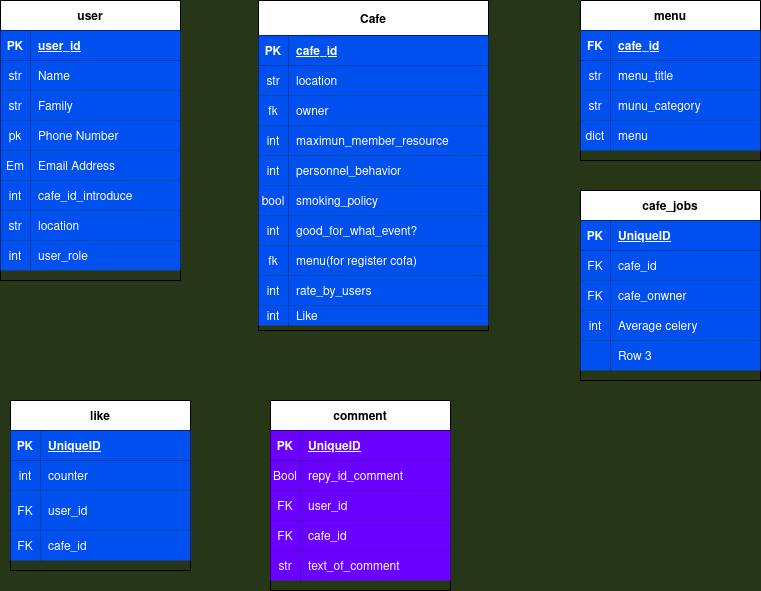
Majid-Aghamohammad/buno keeps this draw.io diagram as Buno Diagram.drawio.png. Above is the earlier version. Source tidied: cells renumbered, new cells last; positions are measured from the earlier drawing's top-left corner, leaving out a move shared by most shapes.
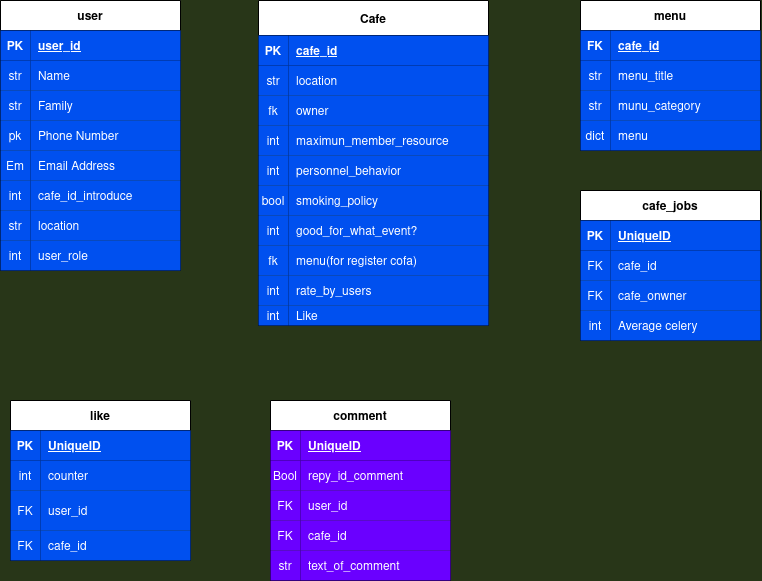
After the change.

Diff of the diagram source:
```diff
@@ -3,7 +3,7 @@
     <mxCell id="0" />
     <mxCell id="1" parent="0" />
     <mxCell id="2" value="user" style="shape=table;startSize=30;rowLines=0;fontStyle=1;align=center;" parent="1" vertex="1">
-      <mxGeometry width="180" height="280" as="geometry" />
+      <mxGeometry width="180" height="270" as="geometry" />
     </mxCell>
     <mxCell id="3" style="shape=tableRow;horizontal=0;startSize=0;swimlaneHead=0;swimlaneBody=0;fillColor=none;top=0;left=0;right=0;bottom=1;" parent="2" vertex="1">
       <mxGeometry y="30" width="180" height="30" as="geometry" />
@@ -78,7 +78,7 @@
       <mxGeometry x="30" width="150" height="30" as="geometry" />
     </mxCell>
     <mxCell id="27" value="Cafe" style="shape=table;startSize=35;rowLines=0;fontStyle=1;align=center;" parent="1" vertex="1">
-      <mxGeometry x="258" width="230" height="330" as="geometry" />
+      <mxGeometry x="258" width="230" height="325" as="geometry" />
     </mxCell>
     <mxCell id="28" style="shape=tableRow;horizontal=0;startSize=0;swimlaneHead=0;swimlaneBody=0;fillColor=none;top=0;left=0;right=0;bottom=1;" parent="27" vertex="1">
       <mxGeometry y="35" width="230" height="30" as="geometry" />
@@ -171,7 +171,7 @@
       <mxGeometry x="30" width="200" height="20" as="geometry" />
     </mxCell>
     <mxCell id="58" value="comment" style="shape=table;startSize=30;rowLines=0;fontStyle=1;align=center;" parent="1" vertex="1">
-      <mxGeometry x="270" y="400" width="180" height="190" as="geometry" />
+      <mxGeometry x="270" y="400" width="180" height="180" as="geometry" />
     </mxCell>
     <mxCell id="59" style="shape=tableRow;horizontal=0;startSize=0;swimlaneHead=0;swimlaneBody=0;fillColor=none;top=0;left=0;right=0;bottom=1;" parent="58" vertex="1">
       <mxGeometry y="30" width="180" height="30" as="geometry" />
@@ -219,7 +219,7 @@
       <mxGeometry x="30" width="150" height="30" as="geometry" />
     </mxCell>
     <mxCell id="74" value="like" style="shape=table;startSize=30;rowLines=0;fontStyle=1;align=center;" parent="1" vertex="1">
-      <mxGeometry x="10" y="400" width="180" height="170" as="geometry" />
+      <mxGeometry x="10" y="400" width="180" height="160" as="geometry" />
     </mxCell>
     <mxCell id="75" style="shape=tableRow;horizontal=0;startSize=0;swimlaneHead=0;swimlaneBody=0;fillColor=none;top=0;left=0;right=0;bottom=1;" parent="74" vertex="1">
       <mxGeometry y="30" width="180" height="30" as="geometry" />
@@ -258,7 +258,7 @@
       <mxGeometry x="30" width="150" height="30" as="geometry" />
     </mxCell>
     <mxCell id="87" value="cafe_jobs" style="shape=table;startSize=30;rowLines=0;fontStyle=1;align=center;" parent="1" vertex="1">
-      <mxGeometry x="580" y="190" width="180" height="190" as="geometry" />
+      <mxGeometry x="580" y="190" width="180" height="150" as="geometry" />
     </mxCell>
     <mxCell id="88" style="shape=tableRow;horizontal=0;startSize=0;swimlaneHead=0;swimlaneBody=0;fillColor=none;top=0;left=0;right=0;bottom=1;" parent="87" vertex="1">
       <mxGeometry y="30" width="180" height="30" as="geometry" />
@@ -296,17 +296,8 @@
     <mxCell id="99" value="Average celery" style="shape=partialRectangle;fillColor=#0050ef;top=0;left=0;bottom=0;right=0;align=left;spacingLeft=6;overflow=hidden;fontColor=#ffffff;strokeColor=#001DBC;" parent="97" vertex="1">
       <mxGeometry x="30" width="150" height="30" as="geometry" />
     </mxCell>
-    <mxCell id="100" style="shape=tableRow;horizontal=0;startSize=0;swimlaneHead=0;swimlaneBody=0;fillColor=none;top=0;left=0;right=0;bottom=0;" parent="87" vertex="1">
-      <mxGeometry y="150" width="180" height="30" as="geometry" />
-    </mxCell>
-    <mxCell id="101" style="shape=partialRectangle;fillColor=#0050ef;top=0;left=0;bottom=0;right=0;overflow=hidden;fontColor=#ffffff;strokeColor=#001DBC;" parent="100" vertex="1">
-      <mxGeometry width="30" height="30" as="geometry" />
-    </mxCell>
-    <mxCell id="102" value="Row 3" style="shape=partialRectangle;fillColor=#0050ef;top=0;left=0;bottom=0;right=0;align=left;spacingLeft=6;overflow=hidden;fontColor=#ffffff;strokeColor=#001DBC;" parent="100" vertex="1">
-      <mxGeometry x="30" width="150" height="30" as="geometry" />
-    </mxCell>
     <mxCell id="103" value="menu" style="shape=table;startSize=30;rowLines=0;fontStyle=1;align=center;" parent="1" vertex="1">
-      <mxGeometry x="580" width="180" height="160" as="geometry" />
+      <mxGeometry x="580" width="180" height="150" as="geometry" />
     </mxCell>
     <mxCell id="104" style="shape=tableRow;horizontal=0;startSize=0;swimlaneHead=0;swimlaneBody=0;fillColor=none;top=0;left=0;right=0;bottom=1;" parent="103" vertex="1">
       <mxGeometry y="30" width="180" height="30" as="geometry" />
```
